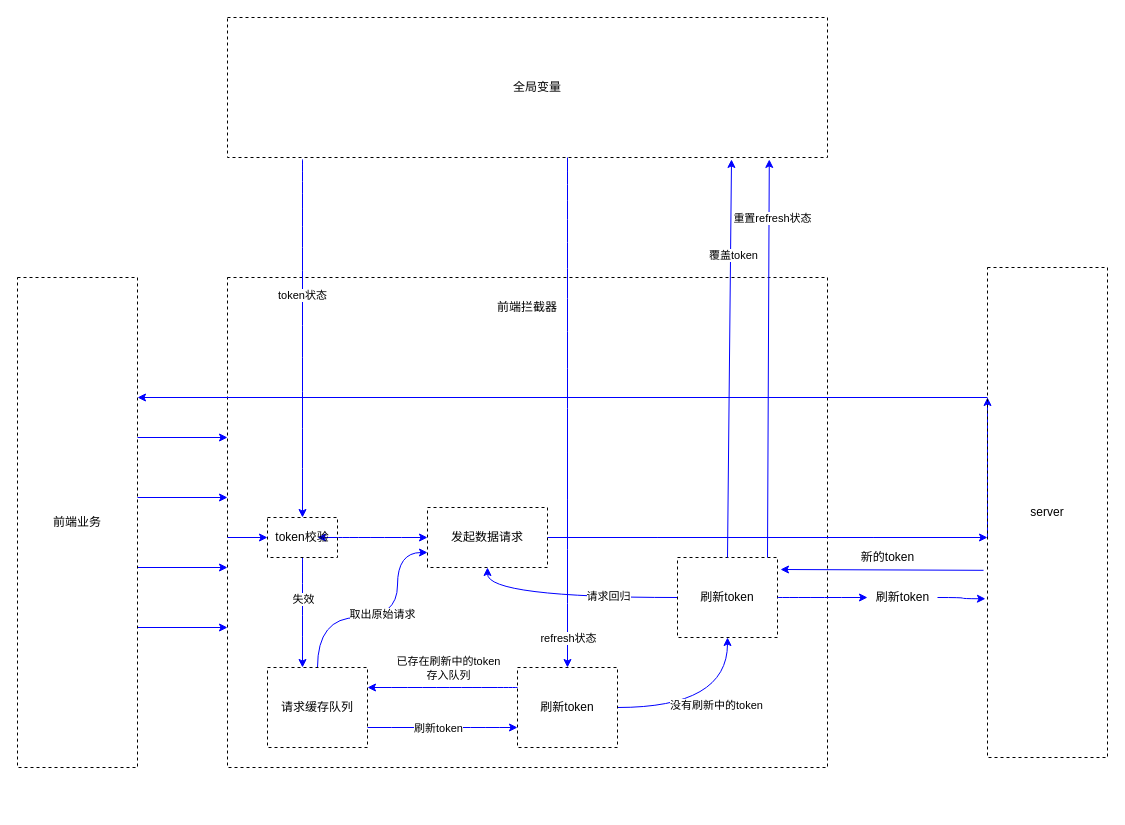
Before: Untitled Diagram.drawio in jsoncode/javascriptFuction, a draw.io diagram. Source tidied: cells renumbered, new cells numbered last; positions are measured from the earlier drawing's top-left corner, leaving out a move shared by most shapes. Both pictures are drawn from the tidied source at 100%, with x=0, y=0 at pixel (17, 17).
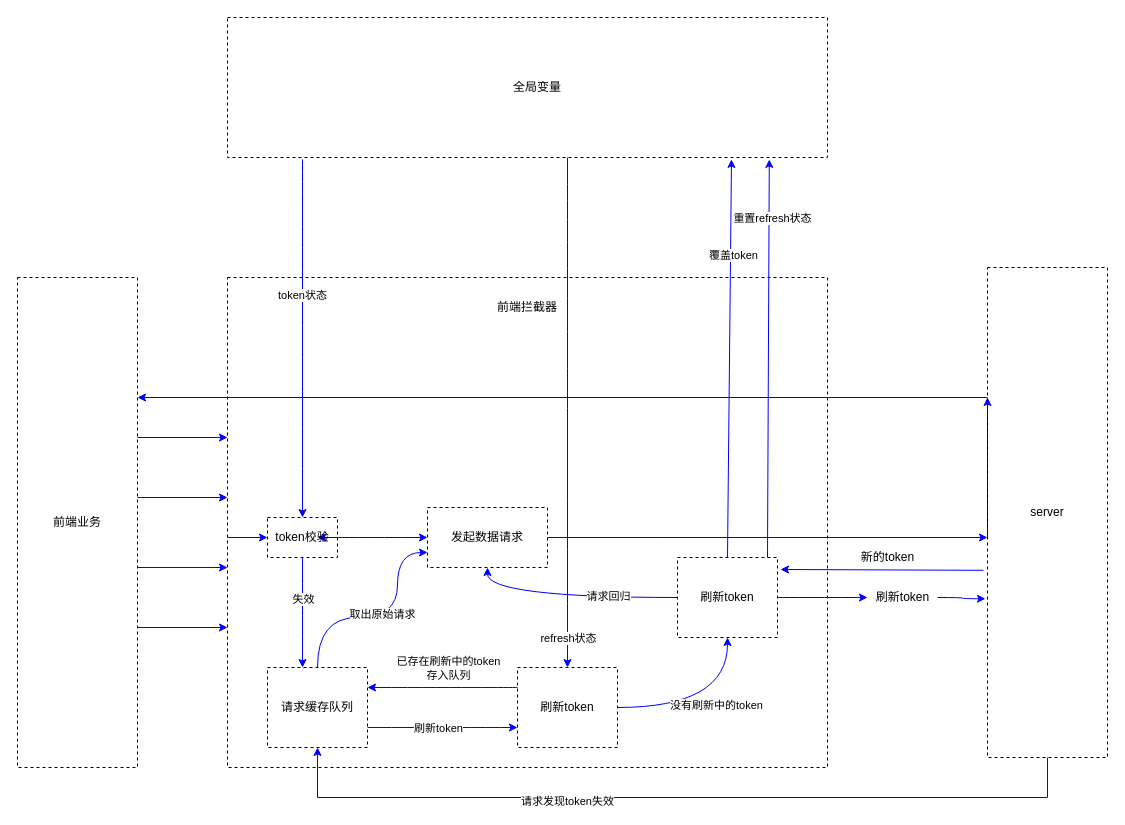
After the change.

The change refers to these unchanged cells:
```xml
<mxCell id="22" value="请求缓存队列" style="rounded=0;whiteSpace=wrap;html=1;dashed=1;sketch=0;fillColor=none;" parent="1" vertex="1">
  <mxGeometry x="250" y="650" width="100" height="80" as="geometry" />
</mxCell>
<mxCell id="47" value="server" style="rounded=0;whiteSpace=wrap;html=1;dashed=1;sketch=0;fillColor=none;" parent="1" vertex="1">
  <mxGeometry x="970" y="250" width="120" height="490" as="geometry" />
</mxCell>
```

What changed in the source:
```diff
@@
+    <mxCell id="48" style="edgeStyle=orthogonalEdgeStyle;rounded=0;jettySize=auto;html=1;entryX=0.5;entryY=1;entryDx=0;entryDy=0;strokeColor=#0000FF;" parent="1" edge="1" source="47" target="22">
+      <mxGeometry relative="1" as="geometry">
+        <Array as="points">
+          <mxPoint x="1030" y="780" />
+          <mxPoint x="300" y="780" />
+        </Array>
+      </mxGeometry>
+    </mxCell>
+    <mxCell id="49" value="请求发现token失效" style="edgeLabel;html=1;align=center;verticalAlign=middle;" parent="48" vertex="1">
+      <mxGeometry x="0.27" y="3" relative="1" as="geometry" />
+    </mxCell>
```
